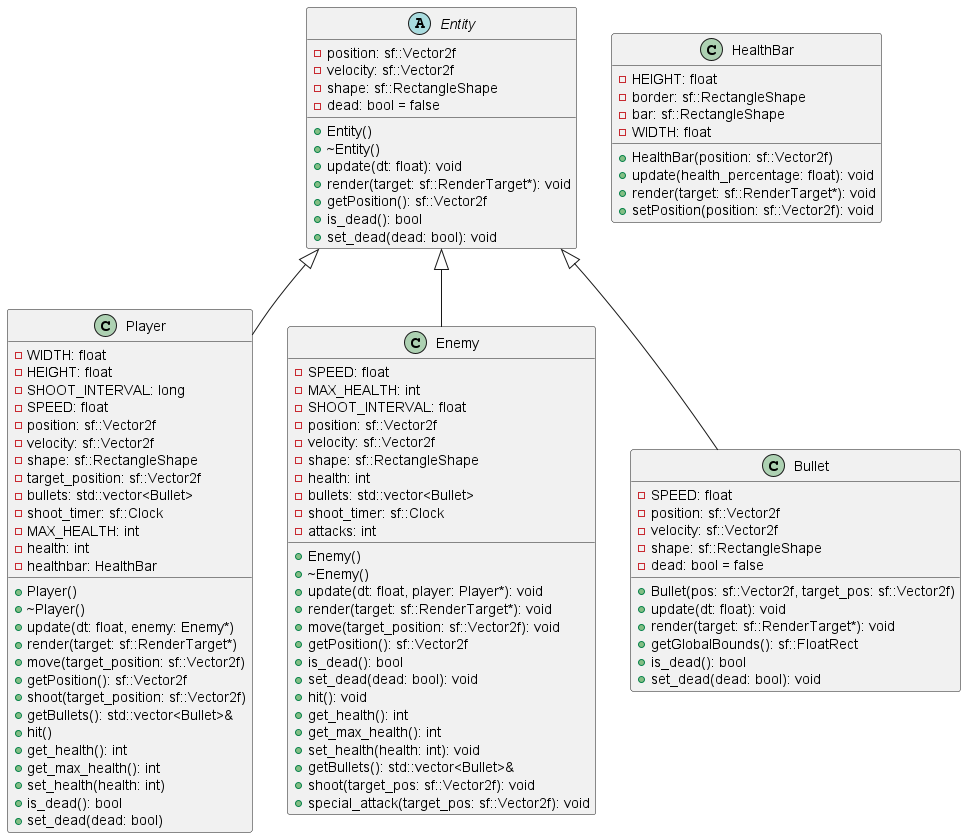
Above: out/uml/diagram/diagram.png in lucasarena03/CPPScape (PlantUML), before the change. Source of this version:
```plantuml
@startuml diagram
abstract class Entity {
- position: sf::Vector2f
- velocity: sf::Vector2f
- shape: sf::RectangleShape
- dead: bool = false

+ Entity()
+ ~Entity()
+ update(dt: float): void
+ render(target: sf::RenderTarget*): void
+ getPosition(): sf::Vector2f
+ is_dead(): bool
+ set_dead(dead: bool): void
}

Entity <|-- Player

class Player {
- WIDTH: float
- HEIGHT: float
- SHOOT_INTERVAL: long
- SPEED: float
- position: sf::Vector2f
- velocity: sf::Vector2f
- shape: sf::RectangleShape
- target_position: sf::Vector2f
- bullets: std::vector<Bullet>
- shoot_timer: sf::Clock
- MAX_HEALTH: int
- health: int
- healthbar: HealthBar

+ Player()
+ ~Player()
+ update(dt: float, enemy: Enemy*)
+ render(target: sf::RenderTarget*)
+ move(target_position: sf::Vector2f)
+ getPosition(): sf::Vector2f
+ shoot(target_position: sf::Vector2f)
+ getBullets(): std::vector<Bullet>&
+ hit()
+ get_health(): int
+ get_max_health(): int
+ set_health(health: int)
+ is_dead(): bool
+ set_dead(dead: bool)
}

Entity <|-- Enemy

class Enemy {
- SPEED: float
- MAX_HEALTH: int
- SHOOT_INTERVAL: float
- position: sf::Vector2f
- velocity: sf::Vector2f
- shape: sf::RectangleShape
- health: int
- bullets: std::vector<Bullet>
- shoot_timer: sf::Clock
- attacks: int

+ Enemy()
+ ~Enemy()
+ update(dt: float, player: Player*): void
+ render(target: sf::RenderTarget*): void
+ move(target_position: sf::Vector2f): void
+ getPosition(): sf::Vector2f
+ is_dead(): bool
+ set_dead(dead: bool): void
+ hit(): void
+ get_health(): int
+ get_max_health(): int
+ set_health(health: int): void
+ getBullets(): std::vector<Bullet>&
+ shoot(target_pos: sf::Vector2f): void
+ special_attack(target_pos: sf::Vector2f): void
}

Entity <|-- Bullet

class HealthBar {
- HEIGHT: float
- border: sf::RectangleShape
- bar: sf::RectangleShape
- WIDTH: float

+ HealthBar(position: sf::Vector2f)
+ update(health_percentage: float): void
+ render(target: sf::RenderTarget*): void
+ setPosition(position: sf::Vector2f): void
}

class Bullet {
- SPEED: float
- position: sf::Vector2f
- velocity: sf::Vector2f
- shape: sf::RectangleShape
- dead: bool = false

+ Bullet(pos: sf::Vector2f, target_pos: sf::Vector2f)
+ update(dt: float): void
+ render(target: sf::RenderTarget*): void
+ getGlobalBounds(): sf::FloatRect
+ is_dead(): bool
+ set_dead(dead: bool): void
}

@enduml
```
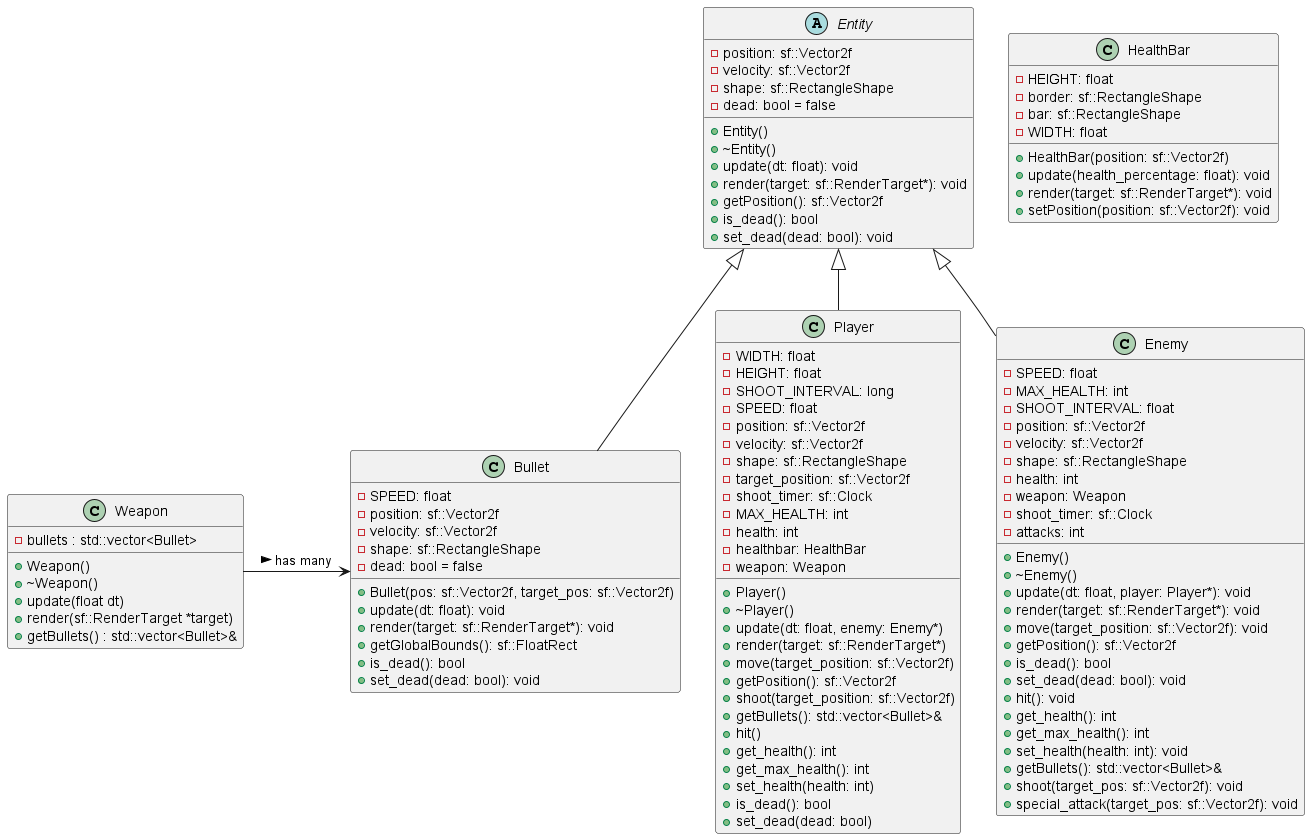
Above is the later version.

The edit, as a diff of the source:
```diff
@@ -25,11 +25,11 @@
 - velocity: sf::Vector2f
 - shape: sf::RectangleShape
 - target_position: sf::Vector2f
-- bullets: std::vector<Bullet>
 - shoot_timer: sf::Clock
 - MAX_HEALTH: int
 - health: int
 - healthbar: HealthBar
+- weapon: Weapon
 
 + Player()
 + ~Player()
@@ -57,7 +57,7 @@
 - velocity: sf::Vector2f
 - shape: sf::RectangleShape
 - health: int
-- bullets: std::vector<Bullet>
+- weapon: Weapon
 - shoot_timer: sf::Clock
 - attacks: int
 
@@ -107,4 +107,15 @@
 + set_dead(dead: bool): void
 }
 
+class Weapon {
+    - bullets : std::vector<Bullet>
+    + Weapon()
+    + ~Weapon()
+    + update(float dt)
+    + render(sf::RenderTarget *target)
+    + getBullets() : std::vector<Bullet>&
+}
+
+Weapon -> Bullet : has many >
+
 @enduml
```
